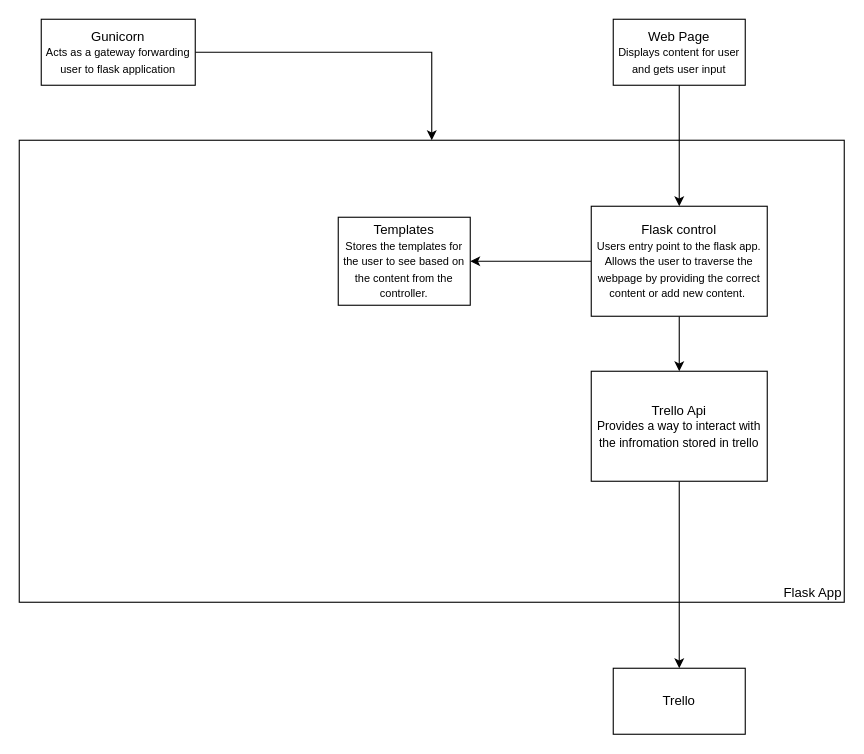
Earlier version of the draw.io diagram documentation/Component.drawio (Karrot96/DevOps-Course-Starter). Source tidied: cells renumbered, new cells numbered last; positions are measured from the earlier drawing's top-left corner, leaving out a move shared by most shapes. Both pictures are drawn from the tidied source at 110%, with x=0, y=0 at pixel (19, 19).
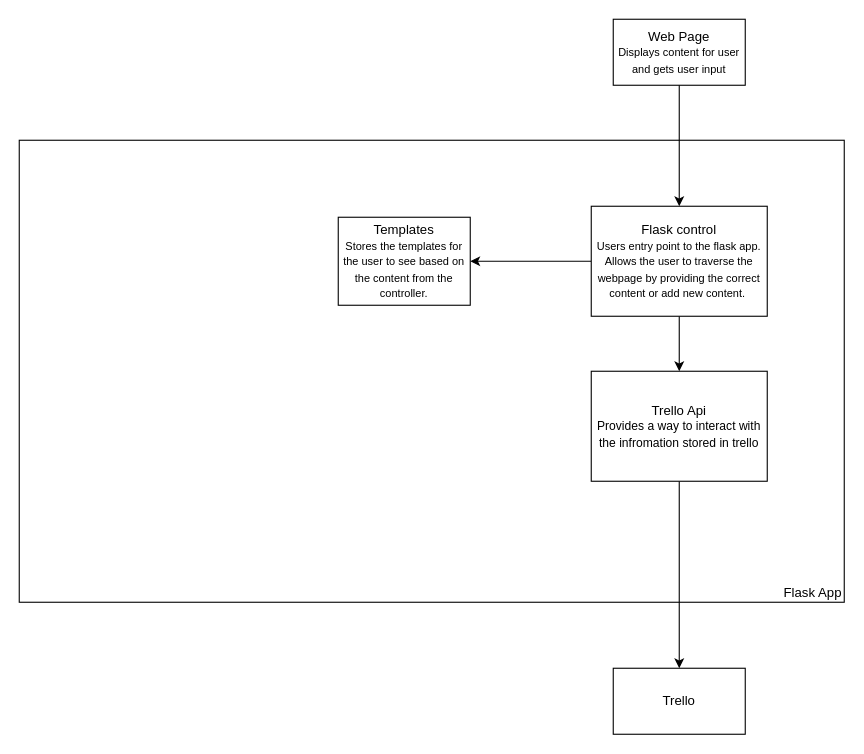
The same page after the edit.

Commit message (it also covers changes not shown here):
Better Diagrams

What changed in the source:
```diff
@@
 <mxGraphModel>
   <root>
     <mxCell id="0" />
     <mxCell id="1" parent="0" />
-    <mxCell id="2" style="edgeStyle=orthogonalEdgeStyle;rounded=0;jettySize=auto;html=1;" parent="1" edge="1" source="3" target="5">
-      <mxGeometry relative="1" as="geometry">
-        <Array as="points">
-          <mxPoint x="375" y="30" />
-        </Array>
-      </mxGeometry>
-    </mxCell>
-    <mxCell id="3" value="Gunicorn&lt;br style=&quot;font-size: 11px&quot;&gt;&lt;font size=&quot;1&quot;&gt;Acts as a gateway forwarding user to flask application&lt;/font&gt;" style="rounded=0;whiteSpace=wrap;html=1;" parent="1" vertex="1">
-      <mxGeometry x="20" width="140" height="60" as="geometry" />
-    </mxCell>
     <mxCell id="4" value="Web Page&lt;br style=&quot;font-size: 11px&quot;&gt;&lt;font size=&quot;1&quot;&gt;Displays content for user and gets user input&lt;/font&gt;" style="rounded=0;whiteSpace=wrap;html=1;" parent="1" vertex="1">
       <mxGeometry x="540" width="120" height="60" as="geometry" />
     </mxCell>
     <mxCell id="5" value="&lt;br&gt;&lt;br&gt;&lt;br&gt;&lt;br&gt;&lt;br&gt;&lt;br&gt;&lt;br&gt;&lt;br&gt;&lt;br&gt;&lt;br&gt;&lt;br&gt;&lt;br&gt;&lt;br&gt;&lt;br&gt;&lt;br&gt;&lt;br&gt;&lt;br&gt;&lt;br&gt;&lt;br&gt;&lt;br&gt;&lt;br&gt;&lt;br&gt;&lt;br&gt;&lt;br&gt;&lt;br&gt;&lt;br&gt;&lt;br&gt;&lt;br&gt;Flask App" style="rounded=0;whiteSpace=wrap;html=1;align=right;" parent="1" vertex="1">
       <mxGeometry y="110" width="750" height="420" as="geometry" />
     </mxCell>
     <mxCell id="6" style="edgeStyle=orthogonalEdgeStyle;rounded=0;jettySize=auto;html=1;entryX=0.5;entryY=0;entryDx=0;entryDy=0;" parent="1" edge="1" source="8" target="12">
       <mxGeometry relative="1" as="geometry" />
     </mxCell>
     <mxCell id="7" style="edgeStyle=orthogonalEdgeStyle;rounded=0;jettySize=auto;html=1;exitX=0;exitY=0.5;exitDx=0;exitDy=0;entryX=1;entryY=0.5;entryDx=0;entryDy=0;" parent="1" edge="1" source="8" target="10">
       <mxGeometry relative="1" as="geometry" />
     </mxCell>
     <mxCell id="8" value="Flask control&lt;br style=&quot;font-size: 11px&quot;&gt;&lt;font size=&quot;1&quot;&gt;Users entry point to the flask app. Allows the user to traverse the webpage by providing the correct content or add new content.&amp;nbsp;&lt;/font&gt;" style="rounded=0;whiteSpace=wrap;html=1;" parent="1" vertex="1">
       <mxGeometry x="520" y="170" width="160" height="100" as="geometry" />
     </mxCell>
     <mxCell id="9" style="edgeStyle=orthogonalEdgeStyle;rounded=0;jettySize=auto;html=1;" parent="1" edge="1" source="4" target="8">
       <mxGeometry relative="1" as="geometry" />
     </mxCell>
     <mxCell id="10" value="Templates&lt;br style=&quot;font-size: 11px&quot;&gt;&lt;font size=&quot;1&quot;&gt;Stores the templates for the user to see based on the content from the controller.&lt;/font&gt;" style="rounded=0;whiteSpace=wrap;html=1;" parent="1" vertex="1">
       <mxGeometry x="290" y="180" width="120" height="80" as="geometry" />
     </mxCell>
     <mxCell id="11" style="edgeStyle=orthogonalEdgeStyle;rounded=0;jettySize=auto;html=1;entryX=0.5;entryY=0;entryDx=0;entryDy=0;" parent="1" edge="1" source="12" target="13">
       <mxGeometry relative="1" as="geometry" />
     </mxCell>
     <mxCell id="12" value="Trello Api&lt;br style=&quot;font-size: 11px&quot;&gt;&lt;font style=&quot;font-size: 11px&quot;&gt;Provides a way to interact with the infromation stored in trello&lt;br&gt;&lt;/font&gt;" style="rounded=0;whiteSpace=wrap;html=1;" parent="1" vertex="1">
       <mxGeometry x="520" y="320" width="160" height="100" as="geometry" />
     </mxCell>
     <mxCell id="13" value="Trello" style="rounded=0;whiteSpace=wrap;html=1;" parent="1" vertex="1">
       <mxGeometry x="540" y="590" width="120" height="60" as="geometry" />
     </mxCell>
   </root>
 </mxGraphModel>
```
